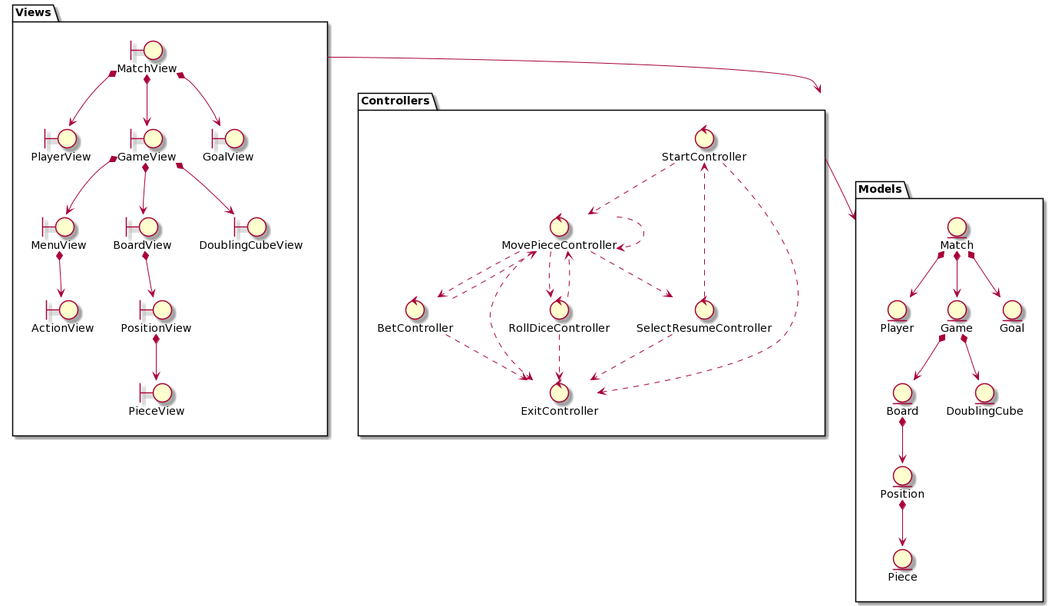
Earlier version of the PlantUML export rup/analysis/architecture.png (USantaTecla-game-backgammon/backgammon).
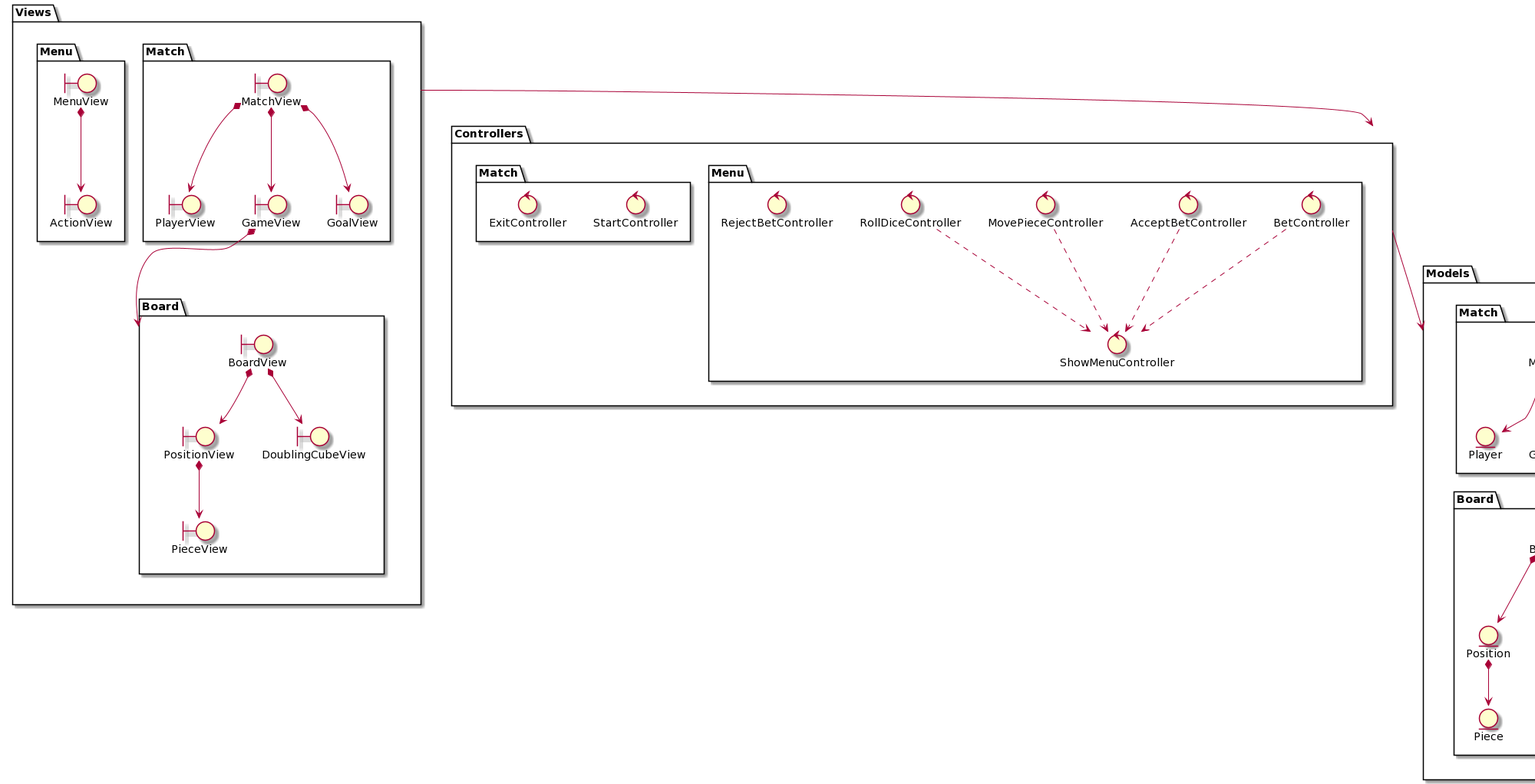
The same file after the commit.

Commit message:
Analysis Use Cases

Diff of the diagram source:
```diff
@@ -1,68 +1,85 @@
 @startuml
 package Views {
-    boundary MatchView
-    boundary PlayerView
-    boundary GameView
-    boundary GoalView
-    boundary MenuView
-    boundary BoardView
-    boundary ActionView
-    boundary PositionView
-    boundary PieceView
-    boundary DoublingCubeView
+
+    package Match3 as "Match"{
+        boundary MatchView
+        boundary PlayerView
+        boundary GameView
+        boundary GoalView
+    }
+
+    package Menu2 as "Menu"{
+        boundary MenuView
+        boundary ActionView
+    }
+
+    package Board2 as "Board"{
+        boundary BoardView
+        boundary PositionView
+        boundary PieceView
+        boundary DoublingCubeView
+    }
 
     MatchView *--> GameView
     MatchView *--> GoalView
     MatchView *--> PlayerView
-    GameView *--> MenuView
-    GameView *--> BoardView
-    GameView *--> DoublingCubeView
+    GameView *--> Board2
+    BoardView *--> DoublingCubeView
     MenuView *--> ActionView
     BoardView *--> PositionView
     PositionView *--> PieceView
+
 }
 
 package Models {
-    entity Match
-    entity Player
-    entity Game
-    entity Goal
-    entity Board
-    entity Position
-    entity Piece
-    entity DoublingCube
+
+    package Match4 as "Match"{
+        entity Match
+        entity Player
+        entity Game
+        entity Goal
+    }
+
+    package Board3 as "Board"{
+        entity Board
+        entity Position
+        entity Piece
+        entity DoublingCube
+    }
+
+
 
     Match *-down-> Player
     Match *-down-> Goal
     Match *-down-> Game
-    Game *-down-> DoublingCube
+    Board *-down-> DoublingCube
     Game *-down-> Board
     Board *-down-> Position
     Position *-down-> Piece
 }
 
 package Controllers {
-    control StartController
-    control BetController
-    control MovePieceController
-    control RollDiceController
-    control SelectResumeController
-    control ExitController
 
-    StartController ..> MovePieceController
-    StartController ..> ExitController
-    MovePieceController ..> MovePieceController
-    MovePieceController ..> BetController
-    MovePieceController ..> ExitController
-    MovePieceController ..> RollDiceController
-    MovePieceController ..> SelectResumeController
-    RollDiceController ..> MovePieceController
-    RollDiceController ..> ExitController
-    BetController ..> ExitController
-    BetController ..> MovePieceController
+    package Menu {
+        control ShowMenuController
+        control BetController
+        control AcceptBetController
+        control MovePieceController
+        control RollDiceController
+        control RejectBetController
 
-    SelectResumeController ..> StartController
-    SelectResumeController ..> ExitController
+        BetController ..> ShowMenuController
+        AcceptBetController ..> ShowMenuController
+        MovePieceController ..> ShowMenuController
+        RollDiceController ..> ShowMenuController
+
+    }
+
+    package Match2 as "Match" {
+        control StartController
+        control ExitController
+    }
+
 }
 
 Views -down-> Controllers
```
